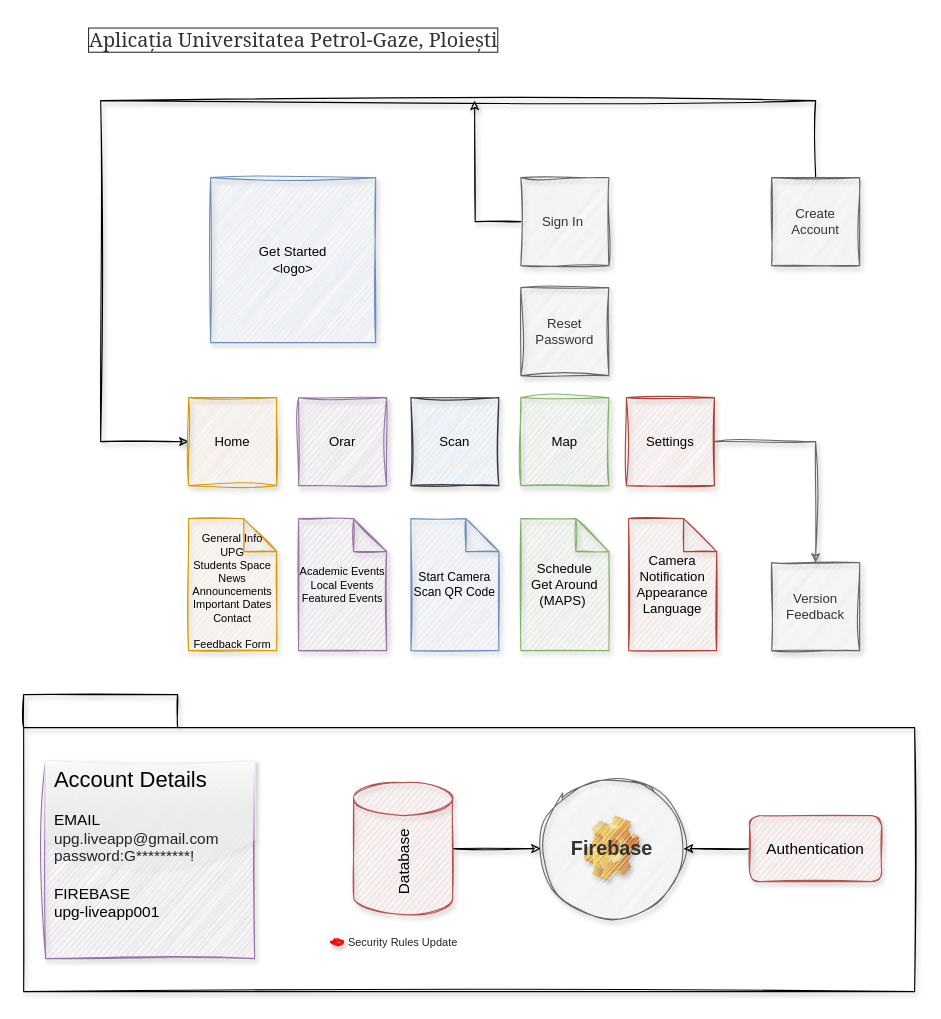
Earlier version of the draw.io diagram page "Layout" (1 of 3) of UPG.drawio (drak0niii/UPG). Source tidied: cells renumbered, new cells numbered last; positions are measured from the earlier drawing's top-left corner, leaving out a move shared by most shapes. Both pictures are drawn from the tidied source at 110%, with x=0, y=0 at pixel (23, 23).
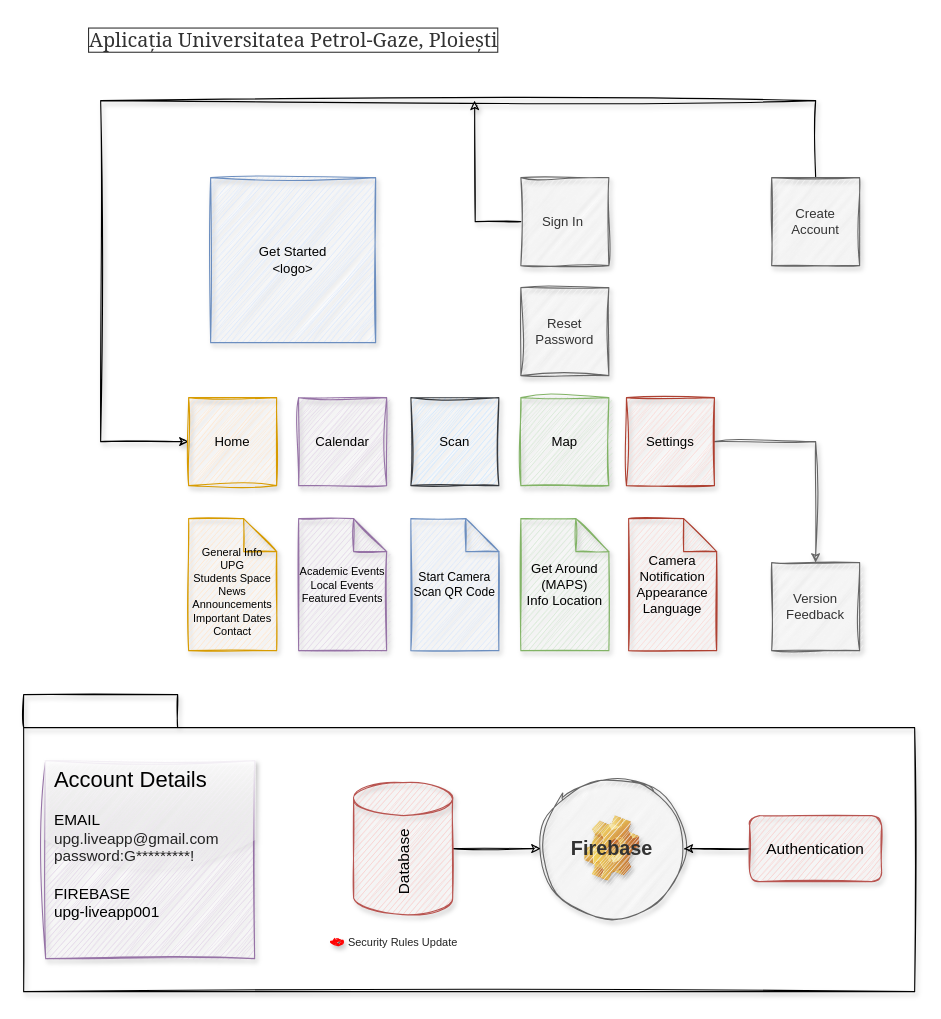
The same diagram, later.

Diff of the diagram source:
```diff
@@
-    <mxCell id="11" value="Orar" style="whiteSpace=wrap;html=1;shadow=1;sketch=1;curveFitting=1;jiggle=2;fillColor=#e1d5e7;strokeColor=#9673a6;" parent="1" vertex="1">
+    <mxCell id="11" value="Calendar" style="whiteSpace=wrap;html=1;shadow=1;sketch=1;curveFitting=1;jiggle=2;fillColor=#e1d5e7;strokeColor=#9673a6;" parent="1" vertex="1">
       <mxGeometry x="250" y="340" width="80" height="80" as="geometry" />
     </mxCell>
@@
-    <mxCell id="14" value="&lt;br&gt;General Info UPG&lt;br style=&quot;font-size: 10px;&quot;&gt;Students Space&lt;br&gt;News&lt;br&gt;Announcements&lt;br&gt;Important Dates&lt;br&gt;Contact&lt;br&gt;&lt;br&gt;Feedback Form" style="shape=note;whiteSpace=wrap;html=1;backgroundOutline=1;darkOpacity=0.05;rounded=1;shadow=1;glass=0;sketch=1;fontSize=10;fillColor=#ffe6cc;strokeColor=#d79b00;" parent="1" vertex="1">
+    <mxCell id="14" value="&lt;br&gt;General Info UPG&lt;br style=&quot;font-size: 10px;&quot;&gt;Students Space&lt;br&gt;News&lt;br&gt;Announcements&lt;br&gt;Important Dates&lt;br&gt;Contact" style="shape=note;whiteSpace=wrap;html=1;backgroundOutline=1;darkOpacity=0.05;rounded=1;shadow=1;glass=0;sketch=1;fontSize=10;fillColor=#ffe6cc;strokeColor=#d79b00;" parent="1" vertex="1">
       <mxGeometry x="150" y="450" width="80" height="120" as="geometry" />
     </mxCell>
@@
-    <mxCell id="17" value="Schedule&lt;br&gt;Get Around &lt;br&gt;(MAPS)&amp;nbsp;" style="shape=note;whiteSpace=wrap;html=1;backgroundOutline=1;darkOpacity=0.05;rounded=1;shadow=1;glass=0;sketch=1;fillColor=#d5e8d4;strokeColor=#82b366;" parent="1" vertex="1">
+    <mxCell id="17" value="Get Around &lt;br&gt;&lt;div&gt;(MAPS)&lt;/div&gt;&lt;div&gt;Info Location &lt;br&gt;&lt;/div&gt;" style="shape=note;whiteSpace=wrap;html=1;backgroundOutline=1;darkOpacity=0.05;rounded=1;shadow=1;glass=0;sketch=1;fillColor=#d5e8d4;strokeColor=#82b366;" parent="1" vertex="1">
       <mxGeometry x="452" y="450" width="80" height="120" as="geometry" />
     </mxCell>
```
